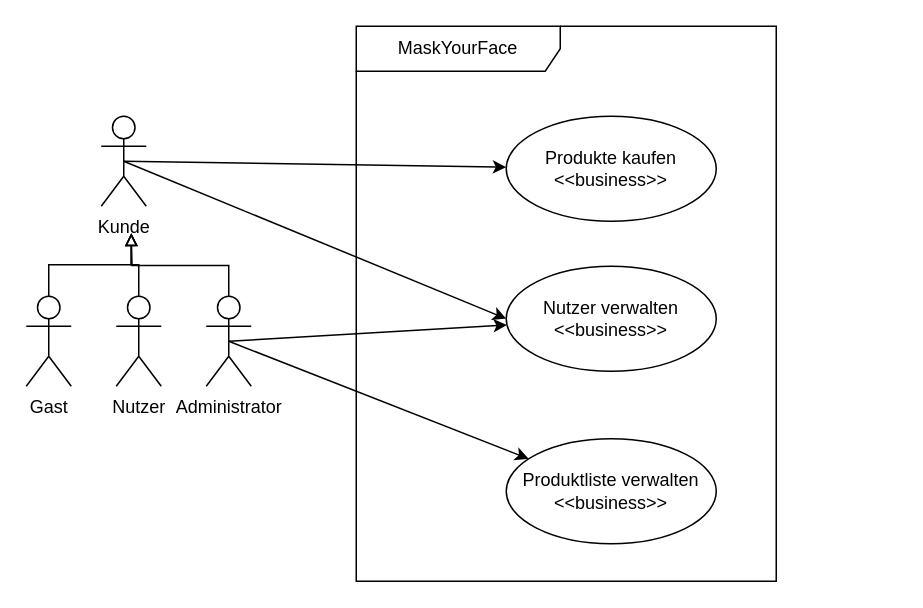
This is src/useCases/businessUseCase.drawio from LittleBigPlaye/WebProjekt, a draw.io file, before an edit. Source tidied: cells renumbered, new cells numbered last; positions are measured from the earlier drawing's top-left corner, leaving out a move shared by most shapes. Both pictures are drawn from the tidied source at 150%, with x=0, y=0 at pixel (26, 26).
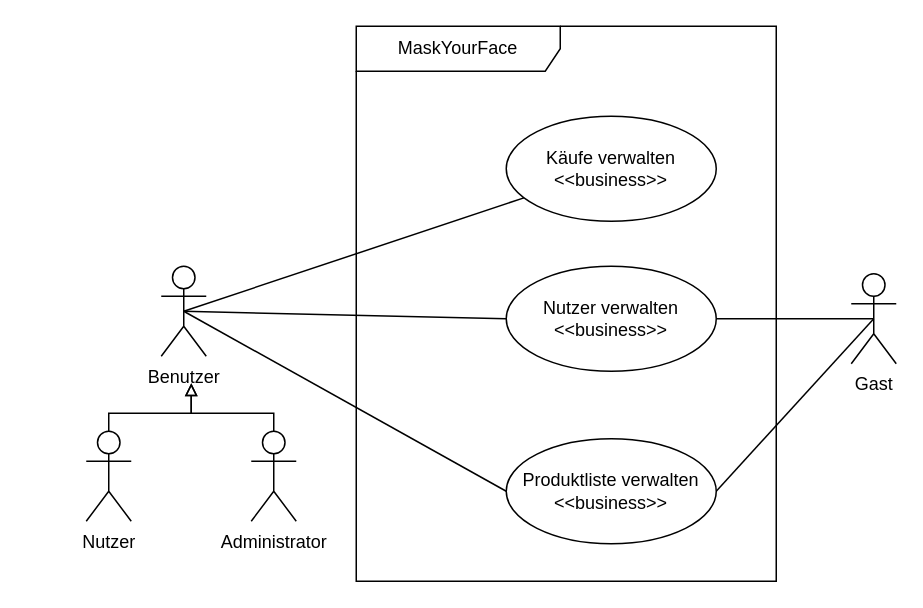
After the change.

Commit message (it also covers changes not shown here):
Made some slight changes to use case

The change refers to these unchanged cells:
```xml
<mxCell id="14" value="Produktliste verwalten&lt;br&gt;&amp;lt;&amp;lt;business&amp;gt;&amp;gt;" style="ellipse;whiteSpace=wrap;html=1;" parent="1" vertex="1">
  <mxGeometry x="320" y="275" width="140" height="70" as="geometry" />
</mxCell>
<mxCell id="16" value="Nutzer verwalten&lt;br&gt;&amp;lt;&amp;lt;business&amp;gt;&amp;gt;" style="ellipse;whiteSpace=wrap;html=1;" parent="1" vertex="1">
  <mxGeometry x="320" y="160" width="140" height="70" as="geometry" />
</mxCell>
```

Diff of the diagram source:
```diff
@@
-    <mxCell id="3" style="edgeStyle=orthogonalEdgeStyle;rounded=0;jettySize=auto;html=1;exitX=0.5;exitY=0;exitDx=0;exitDy=0;exitPerimeter=0;endArrow=block;endFill=0;" parent="1" edge="1" source="4">
-      <mxGeometry relative="1" as="geometry">
-        <mxPoint x="70" y="138" as="targetPoint" />
-        <Array as="points">
-          <mxPoint x="15" y="159" />
-          <mxPoint x="70" y="159" />
-          <mxPoint x="70" y="138" />
-        </Array>
-      </mxGeometry>
-    </mxCell>
+    <mxCell id="17" style="edgeStyle=none;rounded=0;jettySize=auto;html=1;exitX=0.5;exitY=0.5;exitDx=0;exitDy=0;exitPerimeter=0;entryX=1;entryY=0.5;entryDx=0;entryDy=0;endArrow=none;endFill=0;" parent="1" edge="1" source="4" target="16">
+      <mxGeometry relative="1" as="geometry" />
+    </mxCell>
+    <mxCell id="18" style="edgeStyle=none;rounded=0;jettySize=auto;html=1;exitX=0.5;exitY=0.5;exitDx=0;exitDy=0;exitPerimeter=0;entryX=1;entryY=0.5;entryDx=0;entryDy=0;endArrow=none;endFill=0;" parent="1" edge="1" source="4" target="14">
+      <mxGeometry relative="1" as="geometry" />
+    </mxCell>
     <mxCell id="4" value="Gast" style="shape=umlActor;verticalLabelPosition=bottom;verticalAlign=top;html=1;" parent="1" vertex="1">
-      <mxGeometry y="180" width="30" height="60" as="geometry" />
+      <mxGeometry x="550" y="165" width="30" height="60" as="geometry" />
     </mxCell>
     <mxCell id="5" style="edgeStyle=orthogonalEdgeStyle;rounded=0;jettySize=auto;html=1;exitX=0.5;exitY=0;exitDx=0;exitDy=0;exitPerimeter=0;endArrow=block;endFill=0;" parent="1" edge="1" source="6">
       <mxGeometry relative="1" as="geometry">
-        <mxPoint x="70" y="138" as="targetPoint" />
+        <mxPoint x="110" y="238" as="targetPoint" />
         <Array as="points">
-          <mxPoint x="75" y="159" />
-          <mxPoint x="70" y="159" />
-          <mxPoint x="70" y="138" />
+          <mxPoint x="55" y="258" />
+          <mxPoint x="110" y="258" />
         </Array>
       </mxGeometry>
     </mxCell>
     <mxCell id="6" value="Nutzer" style="shape=umlActor;verticalLabelPosition=bottom;verticalAlign=top;html=1;" parent="1" vertex="1">
-      <mxGeometry x="60" y="180" width="30" height="60" as="geometry" />
+      <mxGeometry x="40" y="270" width="30" height="60" as="geometry" />
     </mxCell>
-    <mxCell id="7" style="rounded=0;jettySize=auto;html=1;exitX=0.5;exitY=0.5;exitDx=0;exitDy=0;exitPerimeter=0;endArrow=classic;endFill=1;" parent="1" edge="1" source="10" target="14">
-      <mxGeometry relative="1" as="geometry" />
-    </mxCell>
-    <mxCell id="8" style="edgeStyle=none;rounded=0;jettySize=auto;html=1;exitX=0.5;exitY=0.5;exitDx=0;exitDy=0;exitPerimeter=0;endArrow=classic;endFill=1;" parent="1" edge="1" source="10" target="16">
-      <mxGeometry relative="1" as="geometry" />
-    </mxCell>
     <mxCell id="9" style="edgeStyle=orthogonalEdgeStyle;rounded=0;jettySize=auto;html=1;exitX=0.5;exitY=0;exitDx=0;exitDy=0;exitPerimeter=0;endArrow=block;endFill=0;" parent="1" edge="1" source="10">
       <mxGeometry relative="1" as="geometry">
-        <mxPoint x="70" y="138" as="targetPoint" />
+        <mxPoint x="110" y="238" as="targetPoint" />
+        <Array as="points">
+          <mxPoint x="165" y="258" />
+          <mxPoint x="110" y="258" />
+        </Array>
       </mxGeometry>
     </mxCell>
     <mxCell id="10" value="Administrator" style="shape=umlActor;verticalLabelPosition=bottom;verticalAlign=top;html=1;" parent="1" vertex="1">
-      <mxGeometry x="120" y="180" width="30" height="60" as="geometry" />
+      <mxGeometry x="150" y="270" width="30" height="60" as="geometry" />
     </mxCell>
-    <mxCell id="11" style="edgeStyle=none;rounded=0;jettySize=auto;html=1;exitX=0.5;exitY=0.5;exitDx=0;exitDy=0;exitPerimeter=0;endArrow=classic;endFill=1;" parent="1" edge="1" source="13" target="15">
+    <mxCell id="11" style="edgeStyle=none;rounded=0;jettySize=auto;html=1;exitX=0.5;exitY=0.5;exitDx=0;exitDy=0;exitPerimeter=0;endArrow=none;endFill=0;" parent="1" edge="1" source="13" target="15">
       <mxGeometry relative="1" as="geometry" />
     </mxCell>
-    <mxCell id="12" style="edgeStyle=none;rounded=0;jettySize=auto;html=1;exitX=0.5;exitY=0.5;exitDx=0;exitDy=0;exitPerimeter=0;entryX=0;entryY=0.5;entryDx=0;entryDy=0;endArrow=classic;endFill=1;" parent="1" edge="1" source="13" target="16">
+    <mxCell id="12" style="edgeStyle=none;rounded=0;jettySize=auto;html=1;exitX=0.5;exitY=0.5;exitDx=0;exitDy=0;exitPerimeter=0;entryX=0;entryY=0.5;entryDx=0;entryDy=0;endArrow=none;endFill=0;" parent="1" edge="1" source="13" target="16">
       <mxGeometry relative="1" as="geometry" />
     </mxCell>
+    <mxCell id="19" style="rounded=0;jettySize=auto;html=1;exitX=0.5;exitY=0.5;exitDx=0;exitDy=0;exitPerimeter=0;entryX=0;entryY=0.5;entryDx=0;entryDy=0;endArrow=none;endFill=0;" parent="1" edge="1" source="13" target="14">
+      <mxGeometry relative="1" as="geometry" />
+    </mxCell>
-    <mxCell id="13" value="Kunde" style="shape=umlActor;verticalLabelPosition=bottom;verticalAlign=top;html=1;" parent="1" vertex="1">
-      <mxGeometry x="50" y="60" width="30" height="60" as="geometry" />
+    <mxCell id="13" value="Benutzer" style="shape=umlActor;verticalLabelPosition=bottom;verticalAlign=top;html=1;" parent="1" vertex="1">
+      <mxGeometry x="90" y="160" width="30" height="60" as="geometry" />
     </mxCell>
@@
-    <mxCell id="15" value="Produkte kaufen&lt;br&gt;&amp;lt;&amp;lt;business&amp;gt;&amp;gt;" style="ellipse;whiteSpace=wrap;html=1;" parent="1" vertex="1">
+    <mxCell id="15" value="Käufe verwalten&lt;br&gt;&amp;lt;&amp;lt;business&amp;gt;&amp;gt;" style="ellipse;whiteSpace=wrap;html=1;" parent="1" vertex="1">
       <mxGeometry x="320" y="60" width="140" height="70" as="geometry" />
     </mxCell>
```
